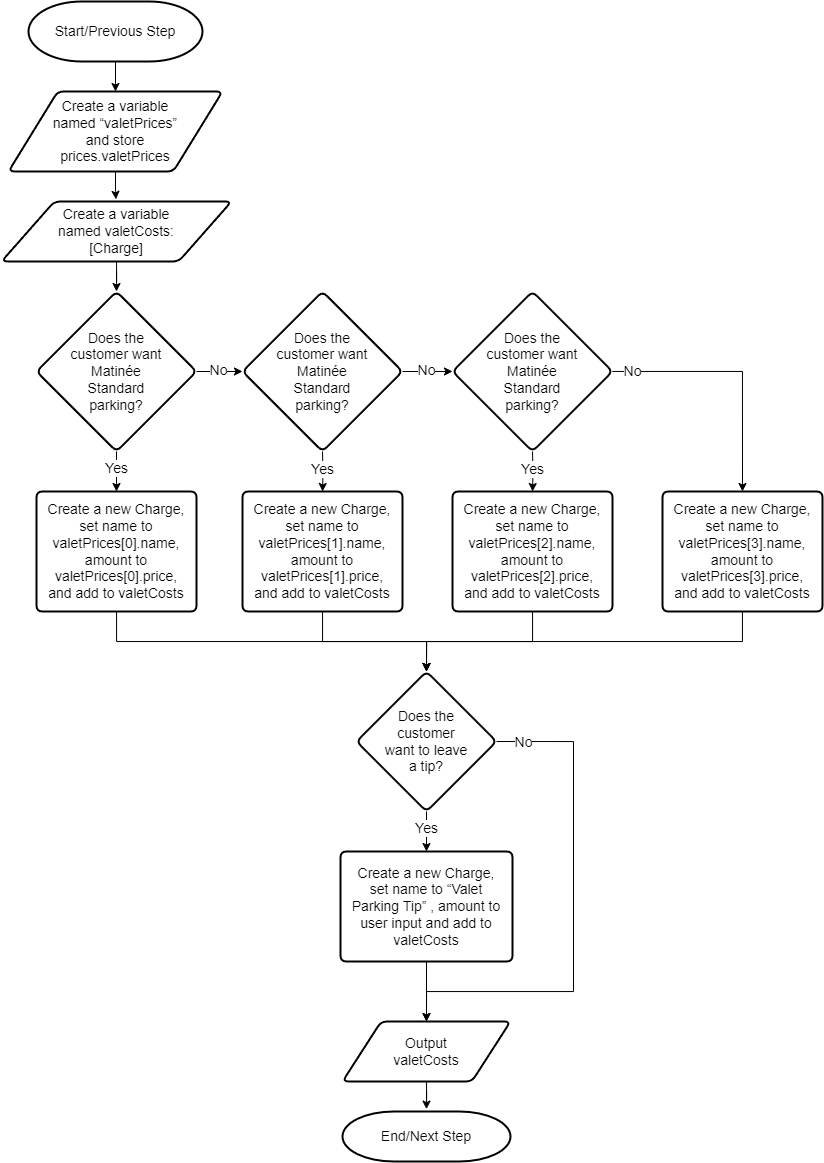
This is APS145NFF/W5/logic3-Luca Novello_part5.png from lucanovello/Winter-2024, a draw.io export, as it was before one commit. Source tidied: cells renumbered, new cells last; positions are measured from the earlier drawing's top-left corner, leaving out a move shared by most shapes.
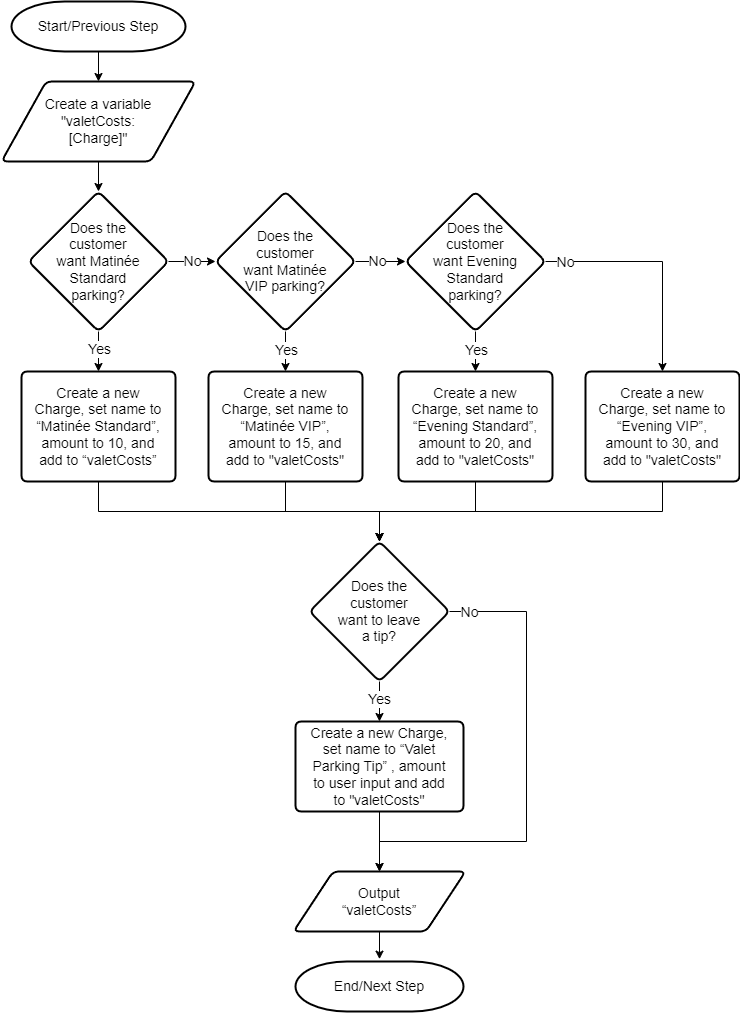
Later version of the same file.

Change to the diagram source:
```diff
@@ -5,3 +5,3 @@
     <mxCell id="2" value="Start/Previous Step" style="strokeWidth=2;html=1;shape=mxgraph.flowchart.terminator;whiteSpace=wrap;spacing=20;spacingTop=5;spacingBottom=5;spacingLeft=5;spacingRight=5;fontSize=14;" parent="1" vertex="1">
-      <mxGeometry x="27" width="174" height="60" as="geometry" />
+      <mxGeometry x="27" y="-230" width="174" height="50" as="geometry" />
     </mxCell>
@@ -10,8 +10,19 @@
     </mxCell>
-    <mxCell id="4" style="edgeStyle=orthogonalEdgeStyle;rounded=0;jettySize=auto;html=1;fontSize=14;entryX=0.5;entryY=0;entryDx=0;entryDy=0;" parent="1" edge="1" source="5" target="20">
-      <mxGeometry relative="1" as="geometry" />
-    </mxCell>
-    <mxCell id="5" value="&lt;div&gt;Create a variable named valetCosts: [Charge]&lt;/div&gt;" style="shape=parallelogram;html=1;strokeWidth=2;perimeter=parallelogramPerimeter;whiteSpace=wrap;rounded=1;arcSize=12;size=0.23;spacing=20;spacingTop=30;spacingBottom=30;spacingLeft=30;spacingRight=30;fontSize=14;" parent="1" vertex="1">
-      <mxGeometry y="200" width="230" height="60" as="geometry" />
-    </mxCell>
+    <mxCell id="41" style="edgeStyle=orthogonalEdgeStyle;rounded=0;jettySize=auto;html=1;entryX=0.5;entryY=0;entryDx=0;entryDy=0;fontSize=14;" parent="1" edge="1" source="45" target="59">
+      <mxGeometry relative="1" as="geometry" />
+    </mxCell>
+    <mxCell id="42" value="Yes" style="edgeLabel;html=1;align=center;verticalAlign=middle;fontSize=14;" parent="41" vertex="1">
+      <mxGeometry x="-0.38" y="-2" relative="1" as="geometry">
+        <mxPoint x="2" y="4" as="offset" />
+      </mxGeometry>
+    </mxCell>
+    <mxCell id="43" style="edgeStyle=orthogonalEdgeStyle;rounded=0;jettySize=auto;html=1;fontSize=14;" parent="1" edge="1" source="45" target="52">
+      <mxGeometry relative="1" as="geometry" />
+    </mxCell>
+    <mxCell id="44" value="No" style="edgeLabel;html=1;align=center;verticalAlign=middle;fontSize=14;" parent="43" vertex="1">
+      <mxGeometry x="-0.04" y="1" relative="1" as="geometry" />
+    </mxCell>
+    <mxCell id="45" value="&lt;p style=&quot;line-height: 120%; font-size: 14px;&quot;&gt;Does the customer want Matinée Standard parking?&lt;/p&gt;" style="rhombus;whiteSpace=wrap;html=1;strokeWidth=2;rounded=1;arcSize=12;verticalAlign=middle;horizontal=1;spacing=21;spacingBottom=5;spacingTop=5;spacingLeft=5;spacingRight=5;fontSize=14;" parent="1" vertex="1">
+      <mxGeometry x="44" y="-40" width="140" height="140" as="geometry" />
+    </mxCell>
     <mxCell id="6" style="edgeStyle=orthogonalEdgeStyle;rounded=0;jettySize=auto;html=1;entryX=0.5;entryY=-0.047;entryDx=0;entryDy=0;entryPerimeter=0;fontSize=14;" parent="1" edge="1" source="7" target="10">
@@ -19,26 +30,20 @@
     </mxCell>
-    <mxCell id="7" value="Output valetCosts" style="shape=parallelogram;html=1;strokeWidth=2;perimeter=parallelogramPerimeter;whiteSpace=wrap;rounded=1;arcSize=12;size=0.23;spacing=20;spacingTop=20;spacingBottom=20;spacingLeft=30;spacingRight=30;fontSize=14;" parent="1" vertex="1">
-      <mxGeometry x="341" y="1020" width="168" height="60" as="geometry" />
+    <mxCell id="7" value="Output “valetCosts”" style="shape=parallelogram;html=1;strokeWidth=2;perimeter=parallelogramPerimeter;whiteSpace=wrap;rounded=1;arcSize=12;size=0.23;spacing=20;spacingTop=20;spacingBottom=20;spacingLeft=30;spacingRight=30;fontSize=14;" parent="1" vertex="1">
+      <mxGeometry x="309" y="640" width="172" height="60" as="geometry" />
     </mxCell>
-    <mxCell id="8" style="edgeStyle=orthogonalEdgeStyle;rounded=0;jettySize=auto;html=1;entryX=0.498;entryY=-0.037;entryDx=0;entryDy=0;entryPerimeter=0;fontSize=14;" parent="1" edge="1" source="9" target="5">
-      <mxGeometry relative="1" as="geometry" />
-    </mxCell>
+    <mxCell id="46" style="edgeStyle=orthogonalEdgeStyle;rounded=0;jettySize=auto;html=1;fontSize=14;" parent="1" edge="1" source="9" target="45">
+      <mxGeometry relative="1" as="geometry" />
+    </mxCell>
-    <mxCell id="9" value="&lt;div&gt;Create a variable named “valetPrices” and store prices.valetPrices&lt;/div&gt;" style="shape=parallelogram;html=1;strokeWidth=2;perimeter=parallelogramPerimeter;whiteSpace=wrap;rounded=1;arcSize=12;size=0.23;spacing=20;spacingTop=20;spacingBottom=20;spacingLeft=20;spacingRight=20;fontSize=14;" parent="1" vertex="1">
-      <mxGeometry x="7" y="90" width="214" height="80" as="geometry" />
+    <mxCell id="9" value="&lt;div style=&quot;font-size: 14px;&quot;&gt;Create a variable &quot;valetCosts: [Charge]&quot;&lt;/div&gt;" style="shape=parallelogram;html=1;strokeWidth=2;perimeter=parallelogramPerimeter;whiteSpace=wrap;rounded=1;arcSize=12;size=0.23;spacing=20;spacingTop=20;spacingBottom=20;spacingLeft=20;spacingRight=20;fontSize=14;" parent="1" vertex="1">
+      <mxGeometry x="17" y="-150" width="194" height="80" as="geometry" />
     </mxCell>
     <mxCell id="10" value="End/Next Step" style="strokeWidth=2;html=1;shape=mxgraph.flowchart.terminator;whiteSpace=wrap;spacing=20;spacingTop=5;spacingBottom=5;spacingLeft=5;spacingRight=5;fontSize=14;" parent="1" vertex="1">
-      <mxGeometry x="341" y="1110" width="168" height="50" as="geometry" />
+      <mxGeometry x="311" y="730" width="168" height="50" as="geometry" />
     </mxCell>
-    <mxCell id="11" style="edgeStyle=orthogonalEdgeStyle;rounded=0;jettySize=auto;html=1;fontSize=14;entryX=0.5;entryY=0;entryDx=0;entryDy=0;" parent="1" edge="1" source="15" target="22">
-      <mxGeometry relative="1" as="geometry" />
-    </mxCell>
-    <mxCell id="12" value="Yes" style="edgeLabel;html=1;align=center;verticalAlign=middle;fontSize=14;" parent="11" vertex="1">
-      <mxGeometry x="-0.16" y="-1" relative="1" as="geometry" />
-    </mxCell>
-    <mxCell id="13" style="edgeStyle=orthogonalEdgeStyle;rounded=0;jettySize=auto;html=1;entryX=0.5;entryY=0;entryDx=0;entryDy=0;fontSize=14;exitX=1;exitY=0.5;exitDx=0;exitDy=0;" parent="1" edge="1" source="15" target="7">
+    <mxCell id="13" style="edgeStyle=orthogonalEdgeStyle;rounded=0;jettySize=auto;html=1;entryX=0.5;entryY=0;entryDx=0;entryDy=0;fontSize=14;" parent="1" edge="1" source="15" target="7">
       <mxGeometry relative="1" as="geometry">
         <Array as="points">
-          <mxPoint x="572" y="740" />
-          <mxPoint x="572" y="990" />
-          <mxPoint x="425" y="990" />
+          <mxPoint x="542" y="380" />
+          <mxPoint x="542" y="610" />
+          <mxPoint x="395" y="610" />
         </Array>
@@ -48,23 +53,14 @@
       <mxGeometry x="-0.88" y="-1" relative="1" as="geometry">
-        <mxPoint x="-4" y="-1" as="offset" />
+        <mxPoint x="-9" y="-1" as="offset" />
       </mxGeometry>
     </mxCell>
+    <mxCell id="11" style="edgeStyle=orthogonalEdgeStyle;rounded=0;jettySize=auto;html=1;fontSize=14;" parent="1" edge="1" source="15" target="22">
+      <mxGeometry relative="1" as="geometry" />
+    </mxCell>
+    <mxCell id="47" value="Yes" style="edgeLabel;html=1;align=center;verticalAlign=middle;fontSize=14;" parent="11" vertex="1">
+      <mxGeometry x="-0.13" y="-1" relative="1" as="geometry" />
+    </mxCell>
-    <mxCell id="15" value="&lt;p style=&quot;line-height: 120%;&quot;&gt;Does the customer want to leave a tip?&lt;/p&gt;" style="rhombus;whiteSpace=wrap;html=1;strokeWidth=2;rounded=1;arcSize=12;verticalAlign=middle;horizontal=1;spacing=21;spacingBottom=5;spacingTop=5;spacingLeft=5;spacingRight=5;fontSize=14;" parent="1" vertex="1">
-      <mxGeometry x="355" y="670" width="140" height="140" as="geometry" />
+    <mxCell id="15" value="&lt;p style=&quot;line-height: 120%; font-size: 14px;&quot;&gt;Does the customer want to leave a tip?&lt;/p&gt;" style="rhombus;whiteSpace=wrap;html=1;strokeWidth=2;rounded=1;arcSize=12;verticalAlign=middle;horizontal=1;spacing=21;spacingBottom=5;spacingTop=5;spacingLeft=5;spacingRight=5;fontSize=14;" parent="1" vertex="1">
+      <mxGeometry x="325" y="310" width="140" height="140" as="geometry" />
     </mxCell>
-    <mxCell id="16" style="edgeStyle=orthogonalEdgeStyle;rounded=0;jettySize=auto;html=1;entryX=0;entryY=0.5;entryDx=0;entryDy=0;" parent="1" edge="1" source="20" target="23">
-      <mxGeometry relative="1" as="geometry" />
-    </mxCell>
-    <mxCell id="17" value="No" style="edgeLabel;html=1;align=center;verticalAlign=middle;fontSize=14;" parent="16" vertex="1">
-      <mxGeometry x="-0.07" y="2" relative="1" as="geometry" />
-    </mxCell>
-    <mxCell id="18" style="edgeStyle=orthogonalEdgeStyle;rounded=0;jettySize=auto;html=1;" parent="1" edge="1" source="20" target="30">
-      <mxGeometry relative="1" as="geometry" />
-    </mxCell>
-    <mxCell id="19" value="Yes" style="edgeLabel;html=1;align=center;verticalAlign=middle;fontSize=14;" parent="18" vertex="1">
-      <mxGeometry x="-0.14" y="-1" relative="1" as="geometry" />
-    </mxCell>
-    <mxCell id="20" value="&lt;p style=&quot;line-height: 120%;&quot;&gt;Does the customer want Matinée Standard parking?&lt;/p&gt;" style="rhombus;whiteSpace=wrap;html=1;strokeWidth=2;rounded=1;arcSize=12;verticalAlign=middle;horizontal=1;spacing=21;spacingBottom=5;spacingTop=5;spacingLeft=5;spacingRight=5;fontSize=14;" parent="1" vertex="1">
-      <mxGeometry x="35" y="290" width="160" height="160" as="geometry" />
-    </mxCell>
     <mxCell id="21" style="edgeStyle=orthogonalEdgeStyle;rounded=0;jettySize=auto;html=1;fontSize=14;" parent="1" edge="1" source="22" target="7">
@@ -72,85 +68,75 @@
     </mxCell>
-    <mxCell id="22" value="Create a new Charge, set name to “Valet Parking Tip” , amount to user input and add to valetCosts" style="shape=parallelogram;html=1;strokeWidth=2;perimeter=parallelogramPerimeter;whiteSpace=wrap;rounded=1;arcSize=12;size=0;spacing=10;spacingLeft=0;spacingRight=0;fontSize=14;" parent="1" vertex="1">
-      <mxGeometry x="339" y="850" width="172" height="110" as="geometry" />
+    <mxCell id="22" value="Create a new Charge, set name to “Valet Parking Tip” , amount to user input and add to &quot;valetCosts&quot;" style="shape=parallelogram;html=1;strokeWidth=2;perimeter=parallelogramPerimeter;whiteSpace=wrap;rounded=1;arcSize=12;size=0;spacing=12;spacingLeft=0;spacingRight=0;fontSize=14;" parent="1" vertex="1">
+      <mxGeometry x="311" y="490" width="168" height="90" as="geometry" />
     </mxCell>
-    <mxCell id="23" value="&lt;p style=&quot;line-height: 120%;&quot;&gt;Does the customer want Matinée Standard parking?&lt;/p&gt;" style="rhombus;whiteSpace=wrap;html=1;strokeWidth=2;rounded=1;arcSize=12;verticalAlign=middle;horizontal=1;spacing=21;spacingBottom=5;spacingTop=5;spacingLeft=5;spacingRight=5;fontSize=14;" parent="1" vertex="1">
-      <mxGeometry x="241" y="290" width="160" height="160" as="geometry" />
-    </mxCell>
-    <mxCell id="24" style="edgeStyle=orthogonalEdgeStyle;rounded=0;jettySize=auto;html=1;entryX=0.5;entryY=0;entryDx=0;entryDy=0;" parent="1" edge="1" source="26" target="40">
-      <mxGeometry relative="1" as="geometry" />
-    </mxCell>
-    <mxCell id="25" value="No" style="edgeLabel;html=1;align=center;verticalAlign=middle;fontSize=14;" parent="24" vertex="1">
-      <mxGeometry x="-0.07" y="2" relative="1" as="geometry">
-        <mxPoint x="-96" y="2" as="offset" />
-      </mxGeometry>
-    </mxCell>
-    <mxCell id="26" value="&lt;p style=&quot;line-height: 120%;&quot;&gt;Does the customer want Matinée Standard parking?&lt;/p&gt;" style="rhombus;whiteSpace=wrap;html=1;strokeWidth=2;rounded=1;arcSize=12;verticalAlign=middle;horizontal=1;spacing=21;spacingBottom=5;spacingTop=5;spacingLeft=5;spacingRight=5;fontSize=14;" parent="1" vertex="1">
-      <mxGeometry x="451" y="290" width="160" height="160" as="geometry" />
-    </mxCell>
-    <mxCell id="27" style="edgeStyle=orthogonalEdgeStyle;rounded=0;jettySize=auto;html=1;exitX=1;exitY=0.5;exitDx=0;exitDy=0;entryX=0;entryY=0.5;entryDx=0;entryDy=0;" parent="1" edge="1" source="23" target="26">
-      <mxGeometry relative="1" as="geometry" />
-    </mxCell>
-    <mxCell id="28" value="No" style="edgeLabel;html=1;align=center;verticalAlign=middle;fontSize=14;" parent="27" vertex="1">
-      <mxGeometry x="-0.07" y="2" relative="1" as="geometry" />
-    </mxCell>
-    <mxCell id="29" style="edgeStyle=orthogonalEdgeStyle;rounded=0;jettySize=auto;html=1;entryX=0.5;entryY=0;entryDx=0;entryDy=0;" parent="1" edge="1" source="30" target="15">
-      <mxGeometry relative="1" as="geometry">
-        <Array as="points">
-          <mxPoint x="115" y="640" />
-          <mxPoint x="425" y="640" />
-        </Array>
-      </mxGeometry>
-    </mxCell>
-    <mxCell id="30" value="Create a new Charge, set name to valetPrices[0].name, amount to valetPrices[0].price, and add to valetCosts" style="shape=parallelogram;html=1;strokeWidth=2;perimeter=parallelogramPerimeter;whiteSpace=wrap;rounded=1;arcSize=12;size=0;spacing=12;spacingLeft=0;spacingRight=0;fontSize=14;" parent="1" vertex="1">
-      <mxGeometry x="35" y="490" width="160" height="120" as="geometry" />
-    </mxCell>
-    <mxCell id="31" style="edgeStyle=orthogonalEdgeStyle;rounded=0;jettySize=auto;html=1;" parent="1" edge="1" target="34">
-      <mxGeometry relative="1" as="geometry">
-        <mxPoint x="321" y="450" as="sourcePoint" />
-      </mxGeometry>
-    </mxCell>
-    <mxCell id="32" value="Yes" style="edgeLabel;html=1;align=center;verticalAlign=middle;fontSize=14;" parent="31" vertex="1">
-      <mxGeometry x="-0.14" y="-1" relative="1" as="geometry" />
-    </mxCell>
-    <mxCell id="33" style="edgeStyle=orthogonalEdgeStyle;rounded=0;jettySize=auto;html=1;entryX=0.5;entryY=0;entryDx=0;entryDy=0;" parent="1" edge="1" source="34" target="15">
-      <mxGeometry relative="1" as="geometry">
-        <Array as="points">
-          <mxPoint x="321" y="640" />
-          <mxPoint x="425" y="640" />
-        </Array>
-      </mxGeometry>
-    </mxCell>
-    <mxCell id="34" value="Create a new Charge, set name to valetPrices[1].name, amount to valetPrices[1].price, and add to valetCosts" style="shape=parallelogram;html=1;strokeWidth=2;perimeter=parallelogramPerimeter;whiteSpace=wrap;rounded=1;arcSize=12;size=0;spacing=12;spacingLeft=0;spacingRight=0;fontSize=14;" parent="1" vertex="1">
-      <mxGeometry x="241" y="490" width="160" height="120" as="geometry" />
-    </mxCell>
-    <mxCell id="35" style="edgeStyle=orthogonalEdgeStyle;rounded=0;jettySize=auto;html=1;" parent="1" edge="1" target="38">
-      <mxGeometry relative="1" as="geometry">
-        <mxPoint x="531" y="450" as="sourcePoint" />
-      </mxGeometry>
-    </mxCell>
-    <mxCell id="36" value="Yes" style="edgeLabel;html=1;align=center;verticalAlign=middle;fontSize=14;" parent="35" vertex="1">
-      <mxGeometry x="-0.14" y="-1" relative="1" as="geometry" />
-    </mxCell>
-    <mxCell id="37" style="edgeStyle=orthogonalEdgeStyle;rounded=0;jettySize=auto;html=1;entryX=0.5;entryY=0;entryDx=0;entryDy=0;" parent="1" edge="1" source="38" target="15">
-      <mxGeometry relative="1" as="geometry">
-        <Array as="points">
-          <mxPoint x="531" y="640" />
-          <mxPoint x="425" y="640" />
-        </Array>
-      </mxGeometry>
-    </mxCell>
-    <mxCell id="38" value="Create a new Charge, set name to valetPrices[2].name, amount to valetPrices[2].price, and add to valetCosts" style="shape=parallelogram;html=1;strokeWidth=2;perimeter=parallelogramPerimeter;whiteSpace=wrap;rounded=1;arcSize=12;size=0;spacing=12;spacingLeft=0;spacingRight=0;fontSize=14;" parent="1" vertex="1">
-      <mxGeometry x="451" y="490" width="160" height="120" as="geometry" />
-    </mxCell>
-    <mxCell id="39" style="edgeStyle=orthogonalEdgeStyle;rounded=0;jettySize=auto;html=1;entryX=0.5;entryY=0;entryDx=0;entryDy=0;" parent="1" edge="1" source="40" target="15">
-      <mxGeometry relative="1" as="geometry">
-        <Array as="points">
-          <mxPoint x="741" y="640" />
-          <mxPoint x="425" y="640" />
-        </Array>
-      </mxGeometry>
-    </mxCell>
-    <mxCell id="40" value="Create a new Charge, set name to valetPrices[3].name, amount to valetPrices[3].price, and add to valetCosts" style="shape=parallelogram;html=1;strokeWidth=2;perimeter=parallelogramPerimeter;whiteSpace=wrap;rounded=1;arcSize=12;size=0;spacing=12;spacingLeft=0;spacingRight=0;fontSize=14;" parent="1" vertex="1">
-      <mxGeometry x="661" y="490" width="160" height="120" as="geometry" />
-    </mxCell>
+    <mxCell id="48" style="edgeStyle=orthogonalEdgeStyle;rounded=0;jettySize=auto;html=1;fontSize=14;" parent="1" edge="1" source="52" target="57">
+      <mxGeometry relative="1" as="geometry" />
+    </mxCell>
+    <mxCell id="49" value="No" style="edgeLabel;html=1;align=center;verticalAlign=middle;fontSize=14;" parent="48" vertex="1">
+      <mxGeometry x="-0.15" y="1" relative="1" as="geometry" />
+    </mxCell>
+    <mxCell id="50" style="edgeStyle=orthogonalEdgeStyle;rounded=0;jettySize=auto;html=1;fontSize=14;" parent="1" edge="1" source="52" target="61">
+      <mxGeometry relative="1" as="geometry" />
+    </mxCell>
+    <mxCell id="51" value="Yes" style="edgeLabel;html=1;align=center;verticalAlign=middle;fontSize=14;" parent="50" vertex="1">
+      <mxGeometry x="-0.07" y="-2" relative="1" as="geometry">
+        <mxPoint x="2" as="offset" />
+      </mxGeometry>
+    </mxCell>
+    <mxCell id="52" value="&lt;p style=&quot;line-height: 120%; font-size: 14px;&quot;&gt;Does the customer want Matinée VIP parking?&lt;/p&gt;" style="rhombus;whiteSpace=wrap;html=1;strokeWidth=2;rounded=1;arcSize=12;verticalAlign=middle;horizontal=1;spacing=21;spacingBottom=5;spacingTop=5;spacingLeft=5;spacingRight=5;fontSize=14;" parent="1" vertex="1">
+      <mxGeometry x="231" y="-40" width="140" height="140" as="geometry" />
+    </mxCell>
+    <mxCell id="53" style="edgeStyle=orthogonalEdgeStyle;rounded=0;jettySize=auto;html=1;fontSize=14;" parent="1" edge="1" source="57" target="63">
+      <mxGeometry relative="1" as="geometry" />
+    </mxCell>
+    <mxCell id="54" value="Yes" style="edgeLabel;html=1;align=center;verticalAlign=middle;fontSize=14;" parent="53" vertex="1">
+      <mxGeometry x="-0.07" y="-1" relative="1" as="geometry">
+        <mxPoint x="1" as="offset" />
+      </mxGeometry>
+    </mxCell>
+    <mxCell id="55" style="edgeStyle=orthogonalEdgeStyle;rounded=0;jettySize=auto;html=1;entryX=0.5;entryY=0;entryDx=0;entryDy=0;fontSize=14;" parent="1" edge="1" source="57" target="65">
+      <mxGeometry relative="1" as="geometry" />
+    </mxCell>
+    <mxCell id="56" value="No" style="edgeLabel;html=1;align=center;verticalAlign=middle;fontSize=14;" parent="55" vertex="1">
+      <mxGeometry x="-0.75" y="-1" relative="1" as="geometry">
+        <mxPoint x="-9" y="-1" as="offset" />
+      </mxGeometry>
+    </mxCell>
+    <mxCell id="57" value="&lt;p style=&quot;line-height: 120%; font-size: 14px;&quot;&gt;Does the customer want Evening Standard parking?&lt;/p&gt;" style="rhombus;whiteSpace=wrap;html=1;strokeWidth=2;rounded=1;arcSize=12;verticalAlign=middle;horizontal=1;spacing=21;spacingBottom=5;spacingTop=5;spacingLeft=5;spacingRight=5;fontSize=14;" parent="1" vertex="1">
+      <mxGeometry x="421" y="-40" width="140" height="140" as="geometry" />
+    </mxCell>
+    <mxCell id="58" style="edgeStyle=orthogonalEdgeStyle;rounded=0;jettySize=auto;html=1;entryX=0.5;entryY=0;entryDx=0;entryDy=0;fontSize=14;" parent="1" edge="1" source="59" target="15">
+      <mxGeometry relative="1" as="geometry">
+        <Array as="points">
+          <mxPoint x="114" y="280" />
+          <mxPoint x="395" y="280" />
+        </Array>
+      </mxGeometry>
+    </mxCell>
+    <mxCell id="59" value="Create a new Charge, set name to “Matinée Standard”, amount to 10, and add to “valetCosts”" style="shape=parallelogram;html=1;strokeWidth=2;perimeter=parallelogramPerimeter;whiteSpace=wrap;rounded=1;arcSize=12;size=0;spacing=12;spacingLeft=0;spacingRight=0;fontSize=14;" parent="1" vertex="1">
+      <mxGeometry x="37" y="140" width="154" height="110" as="geometry" />
+    </mxCell>
+    <mxCell id="60" style="edgeStyle=orthogonalEdgeStyle;rounded=0;jettySize=auto;html=1;entryX=0.5;entryY=0;entryDx=0;entryDy=0;fontSize=14;" parent="1" edge="1" source="61" target="15">
+      <mxGeometry relative="1" as="geometry" />
+    </mxCell>
+    <mxCell id="61" value="Create a new Charge, set name to “Matinée VIP”, amount to 15, and add to &quot;valetCosts&quot;" style="shape=parallelogram;html=1;strokeWidth=2;perimeter=parallelogramPerimeter;whiteSpace=wrap;rounded=1;arcSize=12;size=0;spacing=12;spacingLeft=0;spacingRight=0;fontSize=14;" parent="1" vertex="1">
+      <mxGeometry x="224" y="140" width="154" height="110" as="geometry" />
+    </mxCell>
+    <mxCell id="62" style="edgeStyle=orthogonalEdgeStyle;rounded=0;jettySize=auto;html=1;entryX=0.5;entryY=0;entryDx=0;entryDy=0;fontSize=14;" parent="1" edge="1" source="63" target="15">
+      <mxGeometry relative="1" as="geometry" />
+    </mxCell>
+    <mxCell id="63" value="Create a new Charge, set name to “Evening Standard”, amount to 20, and add to &quot;valetCosts&quot;" style="shape=parallelogram;html=1;strokeWidth=2;perimeter=parallelogramPerimeter;whiteSpace=wrap;rounded=1;arcSize=12;size=0;spacing=12;spacingLeft=0;spacingRight=0;fontSize=14;" parent="1" vertex="1">
+      <mxGeometry x="414" y="140" width="154" height="110" as="geometry" />
+    </mxCell>
+    <mxCell id="64" style="edgeStyle=orthogonalEdgeStyle;rounded=0;jettySize=auto;html=1;entryX=0.5;entryY=0;entryDx=0;entryDy=0;fontSize=14;" parent="1" edge="1" source="65" target="15">
+      <mxGeometry relative="1" as="geometry">
+        <Array as="points">
+          <mxPoint x="678" y="280" />
+          <mxPoint x="395" y="280" />
+        </Array>
+      </mxGeometry>
+    </mxCell>
+    <mxCell id="65" value="Create a new Charge, set name to “Evening VIP”, amount to 30, and add to &quot;valetCosts&quot;" style="shape=parallelogram;html=1;strokeWidth=2;perimeter=parallelogramPerimeter;whiteSpace=wrap;rounded=1;arcSize=12;size=0;spacing=12;spacingLeft=0;spacingRight=0;fontSize=14;" parent="1" vertex="1">
+      <mxGeometry x="601" y="140" width="154" height="110" as="geometry" />
+    </mxCell>
   </root>
```
